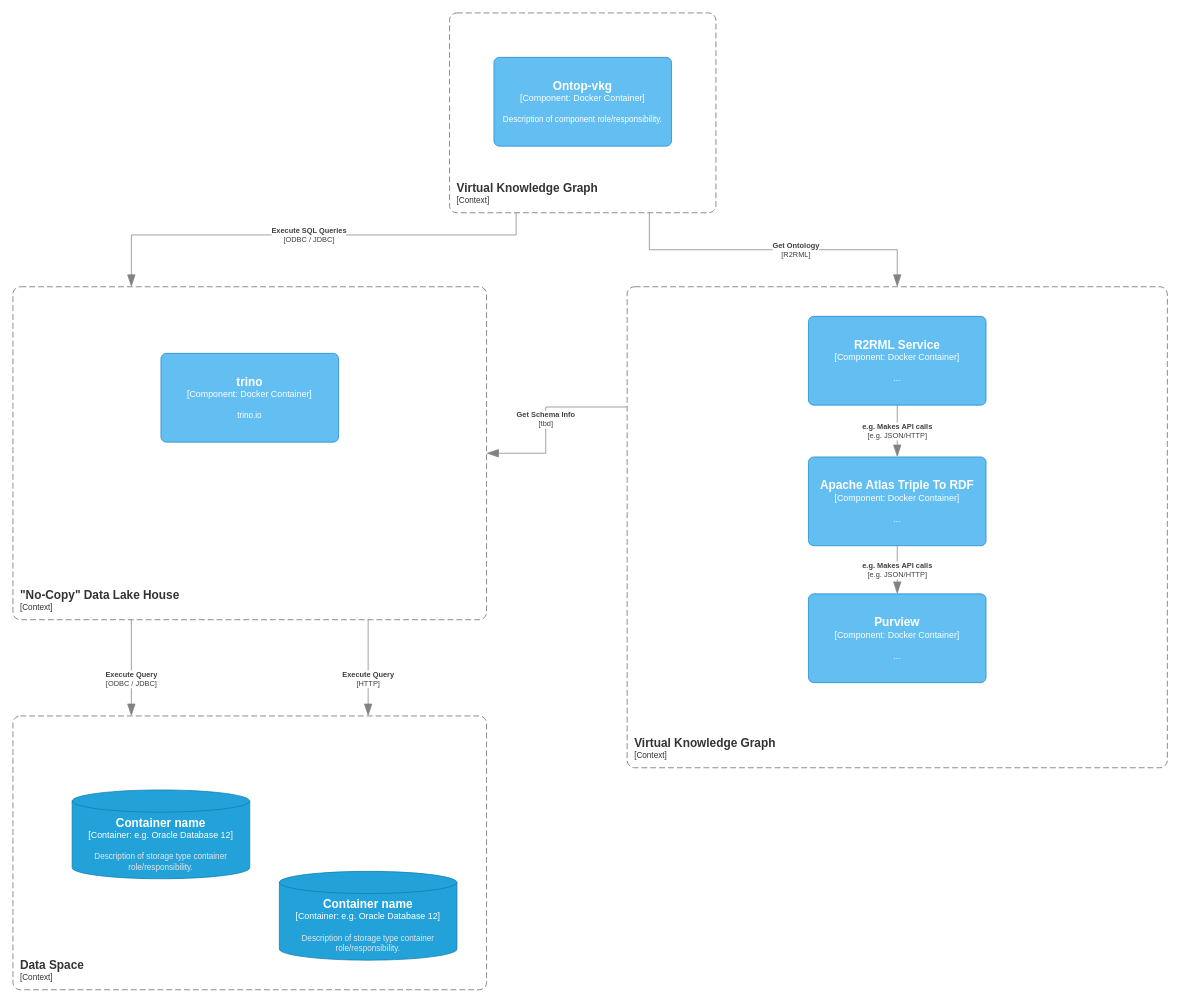
Earlier version of the draw.io diagram page "Logical" (1 of 2) of docs/architecture.drawio (hsperker/virtual-distributed-knowledge-graph). Source tidied: cells renumbered, new cells numbered last; positions are measured from the earlier drawing's top-left corner, leaving out a move shared by most shapes. Both pictures are drawn from the tidied source at 74%, with x=0, y=0 at pixel (13, 13).
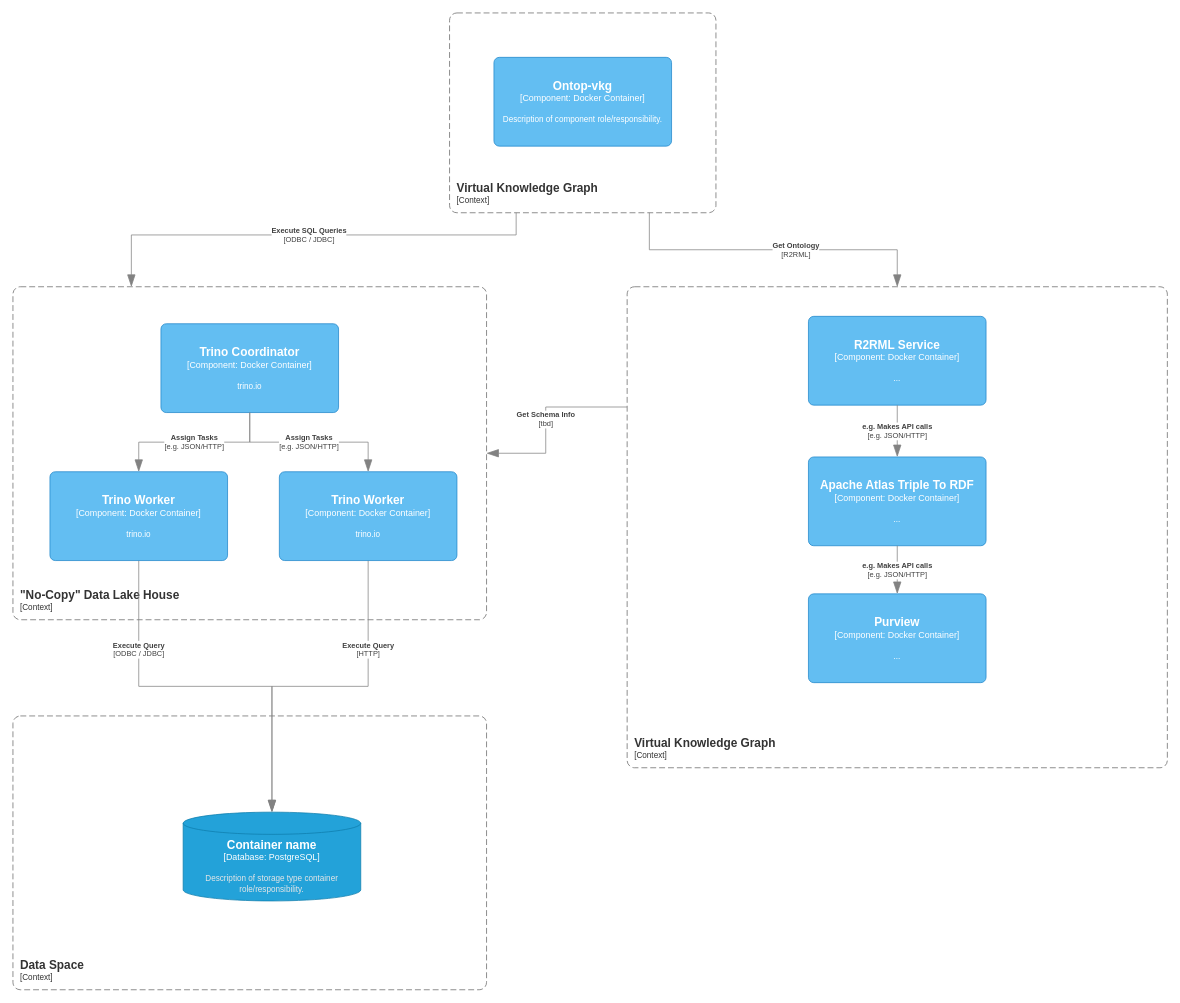
The same diagram, later.

Unchanged cells that the change refers to:
```xml
<object id="3" label="&lt;font style=&quot;font-size: 16px&quot;&gt;&lt;b&gt;&lt;div style=&quot;text-align: left&quot;&gt;%c4Name%&lt;/div&gt;&lt;/b&gt;&lt;/font&gt;&lt;div style=&quot;text-align: left&quot;&gt;[%c4Application%]&lt;/div&gt;" c4Application="Context" c4Name="&quot;No-Copy&quot; Data Lake House" placeholders="1">
  <mxCell style="rounded=1;fontSize=11;whiteSpace=wrap;html=1;dashed=1;arcSize=20;fillColor=none;strokeColor=#666666;fontColor=#333333;labelBackgroundColor=none;align=left;verticalAlign=bottom;labelBorderColor=none;spacingTop=0;spacing=10;dashPattern=8 4;perimeter=rectanglePerimeter;noLabel=0;labelPadding=0;absoluteArcSize=1;" parent="1" vertex="1">
    <mxGeometry y="370" width="640" height="450" as="geometry" />
  </mxCell>
</object>
<object id="10" label="&lt;font style=&quot;font-size: 16px&quot;&gt;&lt;b&gt;&lt;div style=&quot;text-align: left&quot;&gt;%c4Name%&lt;/div&gt;&lt;/b&gt;&lt;/font&gt;&lt;div style=&quot;text-align: left&quot;&gt;[%c4Application%]&lt;/div&gt;" c4Application="Context" c4Name="Data Space" placeholders="1">
  <mxCell style="rounded=1;fontSize=11;whiteSpace=wrap;html=1;dashed=1;arcSize=20;fillColor=none;strokeColor=#666666;fontColor=#333333;labelBackgroundColor=none;align=left;verticalAlign=bottom;labelBorderColor=none;spacingTop=0;spacing=10;dashPattern=8 4;perimeter=rectanglePerimeter;noLabel=0;labelPadding=0;absoluteArcSize=1;" parent="1" vertex="1">
    <mxGeometry y="950" width="640" height="370" as="geometry" />
  </mxCell>
</object>
```

The edit, as a diff of the source:
```diff
@@
-    <object id="9" label="&lt;font style=&quot;font-size: 16px&quot;&gt;&lt;b&gt;%c4Name%&lt;/b&gt;&lt;/font&gt;&lt;div&gt;[%c4Type%: %c4Technology%]&lt;/div&gt;&lt;br&gt;&lt;div&gt;&lt;font style=&quot;font-size: 11px&quot;&gt;%c4Description%&lt;/font&gt;&lt;/div&gt;" c4Description="trino.io" c4Name="trino" c4Technology="Docker Container" c4Type="Component" placeholders="1">
+    <object id="9" label="&lt;font style=&quot;font-size: 16px&quot;&gt;&lt;b&gt;%c4Name%&lt;/b&gt;&lt;/font&gt;&lt;div&gt;[%c4Type%: %c4Technology%]&lt;/div&gt;&lt;br&gt;&lt;div&gt;&lt;font style=&quot;font-size: 11px&quot;&gt;%c4Description%&lt;/font&gt;&lt;/div&gt;" c4Description="trino.io" c4Name="Trino Coordinator" c4Technology="Docker Container" c4Type="Component" placeholders="1">
       <mxCell style="rounded=1;whiteSpace=wrap;html=1;labelBackgroundColor=none;fillColor=#63BEF2;fontColor=#ffffff;align=center;arcSize=6;strokeColor=#2086C9;points=[[0.25,0,0],[0.5,0,0],[0.75,0,0],[1,0.25,0],[1,0.5,0],[1,0.75,0],[0.75,1,0],[0.5,1,0],[0.25,1,0],[0,0.75,0],[0,0.5,0],[0,0.25,0]];" parent="1" vertex="1">
-        <mxGeometry x="200" y="460" width="240" height="120" as="geometry" />
+        <mxGeometry x="200" y="420" width="240" height="120" as="geometry" />
       </mxCell>
     </object>
@@
     <object id="11" label="&lt;div style=&quot;text-align: left&quot;&gt;&lt;div style=&quot;text-align: center&quot;&gt;&lt;b&gt;%c4Description%&lt;/b&gt;&lt;/div&gt;&lt;div style=&quot;text-align: center&quot;&gt;[%c4Technology%]&lt;/div&gt;&lt;/div&gt;" c4Description="Execute Query" c4Technology="ODBC / JDBC" placeholders="1">
-      <mxCell style="endArrow=blockThin;html=1;fontSize=10;fontColor=#404040;strokeWidth=1;endFill=1;strokeColor=#828282;elbow=vertical;endSize=14;startSize=14;jumpStyle=arc;jumpSize=16;rounded=0;edgeStyle=orthogonalEdgeStyle;exitX=0.25;exitY=1;exitDx=0;exitDy=0;entryX=0.25;entryY=0;entryDx=0;entryDy=0;" parent="1" edge="1" source="3" target="10">
-        <mxGeometry x="0.23" relative="1" as="geometry" />
+      <mxCell style="endArrow=blockThin;html=1;fontSize=10;fontColor=#404040;strokeWidth=1;endFill=1;strokeColor=#828282;elbow=vertical;endSize=14;startSize=14;jumpStyle=arc;jumpSize=16;rounded=0;edgeStyle=orthogonalEdgeStyle;entryX=0.5;entryY=0;entryDx=0;entryDy=0;entryPerimeter=0;" parent="1" edge="1" source="20" target="16">
+        <mxGeometry x="-0.54" relative="1" as="geometry" />
       </mxCell>
     </object>
     <object id="12" label="&lt;div style=&quot;text-align: left&quot;&gt;&lt;div style=&quot;text-align: center&quot;&gt;&lt;b&gt;%c4Description%&lt;/b&gt;&lt;/div&gt;&lt;div style=&quot;text-align: center&quot;&gt;[%c4Technology%]&lt;/div&gt;&lt;/div&gt;" c4Description="Execute Query" c4Technology="HTTP" placeholders="1">
-      <mxCell style="endArrow=blockThin;html=1;fontSize=10;fontColor=#404040;strokeWidth=1;endFill=1;strokeColor=#828282;elbow=vertical;endSize=14;startSize=14;jumpStyle=arc;jumpSize=16;rounded=0;edgeStyle=orthogonalEdgeStyle;exitX=0.75;exitY=1;exitDx=0;exitDy=0;entryX=0.75;entryY=0;entryDx=0;entryDy=0;" parent="1" edge="1" source="3" target="10">
-        <mxGeometry x="0.23" relative="1" as="geometry">
-          <Array as="points">
-            <mxPoint x="480" y="900" />
-            <mxPoint x="480" y="900" />
-          </Array>
-        </mxGeometry>
+      <mxCell style="endArrow=blockThin;html=1;fontSize=10;fontColor=#404040;strokeWidth=1;endFill=1;strokeColor=#828282;elbow=vertical;endSize=14;startSize=14;jumpStyle=arc;jumpSize=16;rounded=0;edgeStyle=orthogonalEdgeStyle;" parent="1" edge="1" source="21" target="16">
+        <mxGeometry x="-0.49" relative="1" as="geometry" />
       </mxCell>
     </object>
@@
-    <object id="16" label="&lt;font style=&quot;font-size: 16px&quot;&gt;&lt;b&gt;%c4Type%&lt;/b&gt;&lt;/font&gt;&lt;div&gt;[%c4Container%:&amp;nbsp;%c4Technology%]&lt;/div&gt;&lt;br&gt;&lt;div&gt;&lt;font style=&quot;font-size: 11px&quot;&gt;&lt;font color=&quot;#E6E6E6&quot;&gt;%c4Description%&lt;/font&gt;&lt;/div&gt;" c4Container="Container" c4Description="Description of storage type container role/responsibility." c4Technology="e.g. Oracle Database 12" c4Type="Container name" placeholders="1">
+    <object id="16" label="&lt;font style=&quot;font-size: 16px&quot;&gt;&lt;b&gt;%c4Type%&lt;/b&gt;&lt;/font&gt;&lt;div&gt;[%c4Container%:&amp;nbsp;%c4Technology%]&lt;/div&gt;&lt;br&gt;&lt;div&gt;&lt;font style=&quot;font-size: 11px&quot;&gt;&lt;font color=&quot;#E6E6E6&quot;&gt;%c4Description%&lt;/font&gt;&lt;/div&gt;" c4Container="Database" c4Description="Description of storage type container role/responsibility." c4Technology="PostgreSQL" c4Type="Container name" placeholders="1">
       <mxCell style="shape=cylinder3;size=15;whiteSpace=wrap;html=1;boundedLbl=1;rounded=0;labelBackgroundColor=none;fillColor=#23A2D9;fontSize=12;fontColor=#ffffff;align=center;strokeColor=#0E7DAD;points=[[0.5,0,0],[1,0.25,0],[1,0.5,0],[1,0.75,0],[0.5,1,0],[0,0.75,0],[0,0.5,0],[0,0.25,0]];" parent="1" vertex="1">
-        <mxGeometry x="80" y="1050" width="240" height="120" as="geometry" />
+        <mxGeometry x="230" y="1080" width="240" height="120" as="geometry" />
       </mxCell>
     </object>
-    <object id="17" label="&lt;font style=&quot;font-size: 16px&quot;&gt;&lt;b&gt;%c4Type%&lt;/b&gt;&lt;/font&gt;&lt;div&gt;[%c4Container%:&amp;nbsp;%c4Technology%]&lt;/div&gt;&lt;br&gt;&lt;div&gt;&lt;font style=&quot;font-size: 11px&quot;&gt;&lt;font color=&quot;#E6E6E6&quot;&gt;%c4Description%&lt;/font&gt;&lt;/div&gt;" c4Container="Container" c4Description="Description of storage type container role/responsibility." c4Technology="e.g. Oracle Database 12" c4Type="Container name" placeholders="1">
-      <mxCell style="shape=cylinder3;size=15;whiteSpace=wrap;html=1;boundedLbl=1;rounded=0;labelBackgroundColor=none;fillColor=#23A2D9;fontSize=12;fontColor=#ffffff;align=center;strokeColor=#0E7DAD;" parent="1" vertex="1">
-        <mxGeometry x="360" y="1160" width="240" height="120" as="geometry" />
-      </mxCell>
-    </object>
@@
+    <object id="20" label="&lt;font style=&quot;font-size: 16px&quot;&gt;&lt;b&gt;%c4Name%&lt;/b&gt;&lt;/font&gt;&lt;div&gt;[%c4Type%: %c4Technology%]&lt;/div&gt;&lt;br&gt;&lt;div&gt;&lt;font style=&quot;font-size: 11px&quot;&gt;%c4Description%&lt;/font&gt;&lt;/div&gt;" c4Description="trino.io" c4Name="Trino Worker" c4Technology="Docker Container" c4Type="Component" placeholders="1">
+      <mxCell style="rounded=1;whiteSpace=wrap;html=1;labelBackgroundColor=none;fillColor=#63BEF2;fontColor=#ffffff;align=center;arcSize=6;strokeColor=#2086C9;points=[[0.25,0,0],[0.5,0,0],[0.75,0,0],[1,0.25,0],[1,0.5,0],[1,0.75,0],[0.75,1,0],[0.5,1,0],[0.25,1,0],[0,0.75,0],[0,0.5,0],[0,0.25,0]];" parent="1" vertex="1">
+        <mxGeometry x="50" y="620" width="240" height="120" as="geometry" />
+      </mxCell>
+    </object>
+    <object id="21" label="&lt;font style=&quot;font-size: 16px&quot;&gt;&lt;b&gt;%c4Name%&lt;/b&gt;&lt;/font&gt;&lt;div&gt;[%c4Type%: %c4Technology%]&lt;/div&gt;&lt;br&gt;&lt;div&gt;&lt;font style=&quot;font-size: 11px&quot;&gt;%c4Description%&lt;/font&gt;&lt;/div&gt;" c4Description="trino.io" c4Name="Trino Worker" c4Technology="Docker Container" c4Type="Component" placeholders="1">
+      <mxCell style="rounded=1;whiteSpace=wrap;html=1;labelBackgroundColor=none;fillColor=#63BEF2;fontColor=#ffffff;align=center;arcSize=6;strokeColor=#2086C9;points=[[0.25,0,0],[0.5,0,0],[0.75,0,0],[1,0.25,0],[1,0.5,0],[1,0.75,0],[0.75,1,0],[0.5,1,0],[0.25,1,0],[0,0.75,0],[0,0.5,0],[0,0.25,0]];" parent="1" vertex="1">
+        <mxGeometry x="360" y="620" width="240" height="120" as="geometry" />
+      </mxCell>
+    </object>
+    <object id="22" label="&lt;div style=&quot;text-align: left&quot;&gt;&lt;div style=&quot;text-align: center&quot;&gt;&lt;b&gt;%c4Description%&lt;/b&gt;&lt;/div&gt;&lt;div style=&quot;text-align: center&quot;&gt;[%c4Technology%]&lt;/div&gt;&lt;/div&gt;" c4Description="Assign Tasks" c4Technology="e.g. JSON/HTTP" placeholders="1">
+      <mxCell style="endArrow=blockThin;html=1;fontSize=10;fontColor=#404040;strokeWidth=1;endFill=1;strokeColor=#828282;elbow=vertical;endSize=14;startSize=14;jumpStyle=arc;jumpSize=16;rounded=0;edgeStyle=orthogonalEdgeStyle;" parent="1" edge="1" source="9" target="20">
+        <mxGeometry relative="1" as="geometry" />
+      </mxCell>
+    </object>
+    <object id="23" label="&lt;div style=&quot;text-align: left&quot;&gt;&lt;div style=&quot;text-align: center&quot;&gt;&lt;b&gt;%c4Description%&lt;/b&gt;&lt;/div&gt;&lt;div style=&quot;text-align: center&quot;&gt;[%c4Technology%]&lt;/div&gt;&lt;/div&gt;" c4Description="Assign Tasks" c4Technology="e.g. JSON/HTTP" placeholders="1">
+      <mxCell style="endArrow=blockThin;html=1;fontSize=10;fontColor=#404040;strokeWidth=1;endFill=1;strokeColor=#828282;elbow=vertical;endSize=14;startSize=14;jumpStyle=arc;jumpSize=16;rounded=0;edgeStyle=orthogonalEdgeStyle;" parent="1" edge="1" source="9" target="21">
+        <mxGeometry relative="1" as="geometry" />
+      </mxCell>
+    </object>
```
